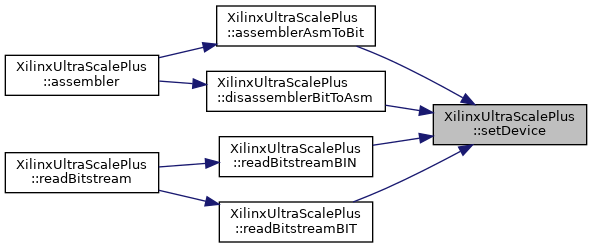
The Graphviz diagram classXilinxUltraScalePlus_a762297dd90b02efcbb4a4aa0274dd34b_icgraph.png in FPGA-Research-Manchester/byteman, before a commit. Its source is kept beside it as classXilinxUltraScalePlus_a762297dd90b02efcbb4a4aa0274dd34b_icgraph.dot.
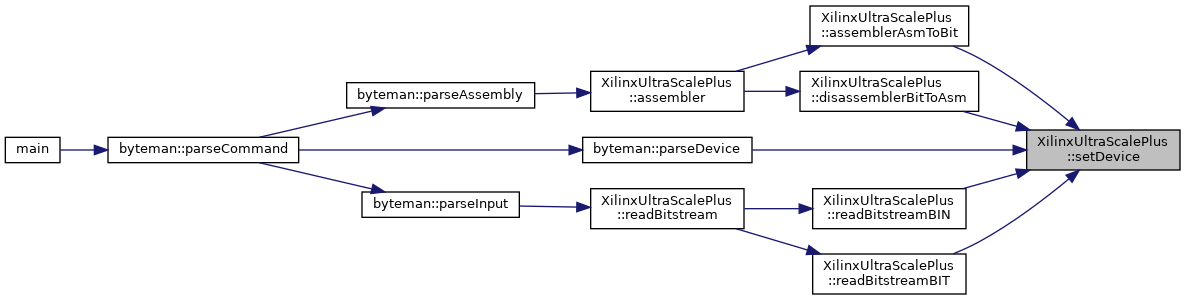
After the commit.

What changed in the source:
```diff
@@ -8,14 +8,26 @@
   Node2 [label="XilinxUltraScalePlus\l::assemblerAsmToBit",height=0.2,width=0.4,color="black", fillcolor="white", style="filled",URL="$classXilinxUltraScalePlus.html#a058802c627c4177c6fd88ca079551207",tooltip=" "];
   Node2 -> Node3 [dir="back",color="midnightblue",fontsize="10",style="solid",fontname="Helvetica"];
   Node3 [label="XilinxUltraScalePlus\l::assembler",height=0.2,width=0.4,color="black", fillcolor="white", style="filled",URL="$classXilinxUltraScalePlus.html#a53e5f6ec962f1f2a961f90b8b9e90e10",tooltip=" "];
-  Node1 -> Node4 [dir="back",color="midnightblue",fontsize="10",style="solid",fontname="Helvetica"];
-  Node4 [label="XilinxUltraScalePlus\l::disassemblerBitToAsm",height=0.2,width=0.4,color="black", fillcolor="white", style="filled",URL="$classXilinxUltraScalePlus.html#a54f9af4b6723a99c0b9e8e9c9b424d00",tooltip=" "];
-  Node4 -> Node3 [dir="back",color="midnightblue",fontsize="10",style="solid",fontname="Helvetica"];
-  Node1 -> Node5 [dir="back",color="midnightblue",fontsize="10",style="solid",fontname="Helvetica"];
-  Node5 [label="XilinxUltraScalePlus\l::readBitstreamBIN",height=0.2,width=0.4,color="black", fillcolor="white", style="filled",URL="$classXilinxUltraScalePlus.html#ae197b2b5b423cd1be99409c70f51bc37",tooltip=" "];
+  Node3 -> Node4 [dir="back",color="midnightblue",fontsize="10",style="solid",fontname="Helvetica"];
+  Node4 [label="byteman::parseAssembly",height=0.2,width=0.4,color="black", fillcolor="white", style="filled",URL="$classbyteman.html#a5e7f2e31d95626075a6ce22b54ecbbf8",tooltip=" "];
+  Node4 -> Node5 [dir="back",color="midnightblue",fontsize="10",style="solid",fontname="Helvetica"];
+  Node5 [label="byteman::parseCommand",height=0.2,width=0.4,color="black", fillcolor="white", style="filled",URL="$classbyteman.html#a97ad2d6b20a10ddb0dd8d373159eea4e",tooltip=" "];
   Node5 -> Node6 [dir="back",color="midnightblue",fontsize="10",style="solid",fontname="Helvetica"];
-  Node6 [label="XilinxUltraScalePlus\l::readBitstream",height=0.2,width=0.4,color="black", fillcolor="white", style="filled",URL="$classXilinxUltraScalePlus.html#a0e5d08a2e5c37a29a1a04d50b48739d2",tooltip=" "];
+  Node6 [label="main",height=0.2,width=0.4,color="black", fillcolor="white", style="filled",URL="$byteman_8cpp.html#a0ddf1224851353fc92bfbff6f499fa97",tooltip=" "];
   Node1 -> Node7 [dir="back",color="midnightblue",fontsize="10",style="solid",fontname="Helvetica"];
-  Node7 [label="XilinxUltraScalePlus\l::readBitstreamBIT",height=0.2,width=0.4,color="black", fillcolor="white", style="filled",URL="$classXilinxUltraScalePlus.html#a62dea738808396d7d520f26d8e5594d2",tooltip=" "];
-  Node7 -> Node6 [dir="back",color="midnightblue",fontsize="10",style="solid",fontname="Helvetica"];
+  Node7 [label="XilinxUltraScalePlus\l::disassemblerBitToAsm",height=0.2,width=0.4,color="black", fillcolor="white", style="filled",URL="$classXilinxUltraScalePlus.html#a54f9af4b6723a99c0b9e8e9c9b424d00",tooltip=" "];
+  Node7 -> Node3 [dir="back",color="midnightblue",fontsize="10",style="solid",fontname="Helvetica"];
+  Node1 -> Node8 [dir="back",color="midnightblue",fontsize="10",style="solid",fontname="Helvetica"];
+  Node8 [label="byteman::parseDevice",height=0.2,width=0.4,color="black", fillcolor="white", style="filled",URL="$classbyteman.html#ae08e2c9557d8266f20780e1c14cf9f45",tooltip=" "];
+  Node8 -> Node5 [dir="back",color="midnightblue",fontsize="10",style="solid",fontname="Helvetica"];
+  Node1 -> Node9 [dir="back",color="midnightblue",fontsize="10",style="solid",fontname="Helvetica"];
+  Node9 [label="XilinxUltraScalePlus\l::readBitstreamBIN",height=0.2,width=0.4,color="black", fillcolor="white", style="filled",URL="$classXilinxUltraScalePlus.html#ae197b2b5b423cd1be99409c70f51bc37",tooltip=" "];
+  Node9 -> Node10 [dir="back",color="midnightblue",fontsize="10",style="solid",fontname="Helvetica"];
+  Node10 [label="XilinxUltraScalePlus\l::readBitstream",height=0.2,width=0.4,color="black", fillcolor="white", style="filled",URL="$classXilinxUltraScalePlus.html#a0e5d08a2e5c37a29a1a04d50b48739d2",tooltip=" "];
+  Node10 -> Node11 [dir="back",color="midnightblue",fontsize="10",style="solid",fontname="Helvetica"];
+  Node11 [label="byteman::parseInput",height=0.2,width=0.4,color="black", fillcolor="white", style="filled",URL="$classbyteman.html#ac217ac1dbc512bf44a70b147c0ceff04",tooltip=" "];
+  Node11 -> Node5 [dir="back",color="midnightblue",fontsize="10",style="solid",fontname="Helvetica"];
+  Node1 -> Node12 [dir="back",color="midnightblue",fontsize="10",style="solid",fontname="Helvetica"];
+  Node12 [label="XilinxUltraScalePlus\l::readBitstreamBIT",height=0.2,width=0.4,color="black", fillcolor="white", style="filled",URL="$classXilinxUltraScalePlus.html#a62dea738808396d7d520f26d8e5594d2",tooltip=" "];
+  Node12 -> Node10 [dir="back",color="midnightblue",fontsize="10",style="solid",fontname="Helvetica"];
 }
```
